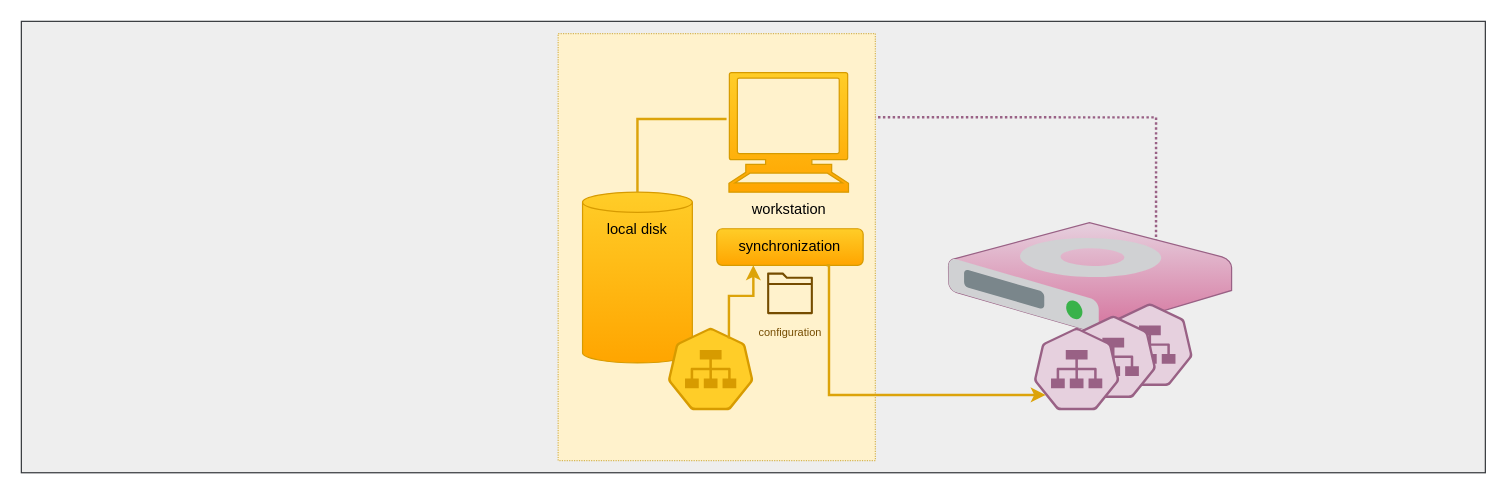
This is page "parallel" (1 of 6) of blog/data/assets/images/cabri-tech-ovw/diagrams.drawio from t-beigbeder/otvl_blog, a draw.io file, before an edit. Source tidied: cells renumbered, new cells numbered last; positions are measured from the earlier drawing's top-left corner, leaving out a move shared by most shapes. Both pictures are drawn from the tidied source at 122%, with x=0, y=0 at pixel (21, 21).
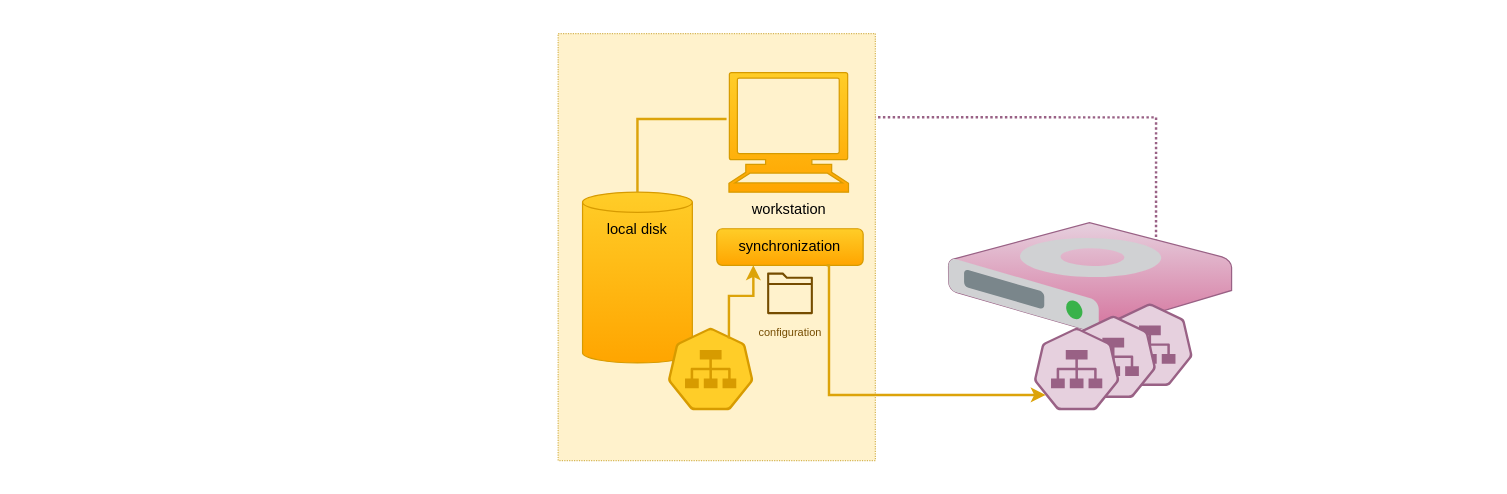
Above is the later version.

What changed in the source:
```diff
@@
 <mxGraphModel>
   <root>
     <mxCell id="0" />
     <mxCell id="1" parent="0" />
-    <mxCell id="2" style="rounded=0;whiteSpace=wrap;html=1;fillColor=#eeeeee;strokeColor=#36393d;" parent="1" vertex="1">
+    <mxCell id="2" style="rounded=0;whiteSpace=wrap;html=1;strokeColor=none;fillColor=none;" parent="1" vertex="1">
       <mxGeometry width="1200" height="370" as="geometry" />
     </mxCell>
     <mxCell id="3" style="endArrow=none;html=1;rounded=0;exitX=1.002;exitY=0.374;exitDx=0;exitDy=0;exitPerimeter=0;entryX=0.733;entryY=0.222;entryDx=0;entryDy=0;entryPerimeter=0;edgeStyle=orthogonalEdgeStyle;strokeWidth=2;strokeColor=#996185;dashed=1;dashPattern=1 1;" parent="1" edge="1" source="7" target="4">
       <mxGeometry relative="1" as="geometry" />
     </mxCell>
     <mxCell id="4" style="sketch=0;shadow=0;dashed=0;html=1;labelPosition=center;verticalLabelPosition=bottom;verticalAlign=top;align=center;outlineConnect=0;shape=mxgraph.veeam.3d.hard_drive;fillColor=#e6d0de;strokeColor=#996185;gradientColor=#d5739d;" parent="1" vertex="1">
       <mxGeometry x="760" y="165" width="232" height="90" as="geometry" />
     </mxCell>
     <mxCell id="5" style="rounded=0;whiteSpace=wrap;html=1;dashed=1;dashPattern=1 1;fillColor=#fff2cc;strokeColor=#d6b656;" parent="1" vertex="1">
       <mxGeometry x="440" y="10" width="260" height="350" as="geometry" />
     </mxCell>
     <mxCell id="6" value="local disk" style="shape=cylinder3;whiteSpace=wrap;html=1;boundedLbl=1;backgroundOutline=1;size=8.310344827586107;fillColor=#ffcd28;strokeColor=#d79b00;verticalAlign=top;gradientColor=#ffa500;" parent="1" vertex="1">
       <mxGeometry x="460" y="140" width="90" height="140" as="geometry" />
     </mxCell>
     <mxCell id="7" value="workstation" style="shape=mxgraph.signs.tech.computer;html=1;fillColor=#ffcd28;strokeColor=#d79b00;verticalLabelPosition=bottom;verticalAlign=top;align=center;sketch=0;gradientColor=#ffa500;" parent="1" vertex="1">
       <mxGeometry x="580" y="42" width="98" height="98" as="geometry" />
     </mxCell>
     <mxCell id="8" style="sketch=0;html=1;dashed=0;whitespace=wrap;fillColor=#ffcd28;strokeColor=#d79b00;points=[[0.005,0.63,0],[0.1,0.2,0],[0.9,0.2,0],[0.5,0,0],[0.995,0.63,0],[0.72,0.99,0],[0.5,1,0],[0.28,0.99,0]];verticalLabelPosition=bottom;align=center;verticalAlign=top;shape=mxgraph.kubernetes.icon;prIcon=svc;gradientColor=#ffa500;" parent="1" vertex="1">
       <mxGeometry x="530" y="250" width="70" height="70" as="geometry" />
     </mxCell>
     <mxCell id="9" style="sketch=0;html=1;dashed=0;whitespace=wrap;fillColor=#e6d0de;strokeColor=#996185;verticalLabelPosition=bottom;align=center;verticalAlign=top;shape=mxgraph.kubernetes.icon;prIcon=svc;gradientColor=#d5739d;" parent="1" vertex="1">
       <mxGeometry x="890" y="230" width="70" height="70" as="geometry" />
     </mxCell>
     <mxCell id="10" style="endArrow=none;html=1;rounded=0;entryX=-0.02;entryY=0.388;entryDx=0;entryDy=0;entryPerimeter=0;exitX=0.5;exitY=0;exitDx=0;exitDy=0;exitPerimeter=0;edgeStyle=orthogonalEdgeStyle;strokeWidth=2;strokeColor=#dca30a;" parent="1" edge="1" source="6" target="7">
       <mxGeometry relative="1" as="geometry">
         <Array as="points">
           <mxPoint x="505" y="80" />
         </Array>
       </mxGeometry>
     </mxCell>
     <mxCell id="11" style="sketch=0;html=1;dashed=0;whitespace=wrap;fillColor=#e6d0de;strokeColor=#996185;verticalLabelPosition=bottom;align=center;verticalAlign=top;shape=mxgraph.kubernetes.icon;prIcon=svc;gradientColor=#d5739d;" parent="1" vertex="1">
       <mxGeometry x="860" y="240" width="70" height="70" as="geometry" />
     </mxCell>
     <mxCell id="12" style="sketch=0;html=1;dashed=0;whitespace=wrap;fillColor=#e6d0de;strokeColor=#996185;points=[[0.005,0.63,0],[0.1,0.2,0],[0.9,0.2,0],[0.5,0,0],[0.995,0.63,0],[0.72,0.99,0],[0.5,1,0],[0.28,0.99,0]];verticalLabelPosition=bottom;align=center;verticalAlign=top;shape=mxgraph.kubernetes.icon;prIcon=svc;gradientColor=#d5739d;" parent="1" vertex="1">
       <mxGeometry x="830" y="250" width="70" height="70" as="geometry" />
     </mxCell>
     <mxCell id="13" value="synchronization" style="rounded=1;whiteSpace=wrap;html=1;fillColor=#ffcd28;gradientColor=#ffa500;strokeColor=#d79b00;" parent="1" vertex="1">
       <mxGeometry x="570" y="170" width="120" height="30" as="geometry" />
     </mxCell>
     <mxCell id="14" style="endArrow=classic;html=1;rounded=0;exitX=0.714;exitY=0.143;exitDx=0;exitDy=0;exitPerimeter=0;entryX=0.25;entryY=1;entryDx=0;entryDy=0;strokeColor=#dca30a;strokeWidth=2;endFill=1;edgeStyle=orthogonalEdgeStyle;" parent="1" edge="1" source="8" target="13">
       <mxGeometry relative="1" as="geometry" />
     </mxCell>
     <mxCell id="15" style="endArrow=classic;html=1;rounded=0;exitX=0.75;exitY=1;exitDx=0;exitDy=0;entryX=0.137;entryY=0.803;entryDx=0;entryDy=0;entryPerimeter=0;strokeColor=#dca30a;strokeWidth=2;endFill=1;edgeStyle=orthogonalEdgeStyle;" parent="1" edge="1" source="13" target="12">
       <mxGeometry relative="1" as="geometry">
         <Array as="points">
           <mxPoint x="662" y="306" />
         </Array>
       </mxGeometry>
     </mxCell>
     <mxCell id="16" value="&lt;font style=&quot;font-size: 9px;&quot; color=&quot;#754c00&quot;&gt;configuration&lt;/font&gt;" style="sketch=0;fillColor=#754C00;strokeColor=#3700CC;dashed=0;verticalLabelPosition=bottom;verticalAlign=top;align=center;html=1;fontSize=12;fontStyle=0;shape=mxgraph.aws4.folder;strokeWidth=4;fontColor=#ffffff;" parent="1" vertex="1">
       <mxGeometry x="611.3" y="205.9" width="37.5" height="34.1" as="geometry" />
     </mxCell>
   </root>
 </mxGraphModel>
```
